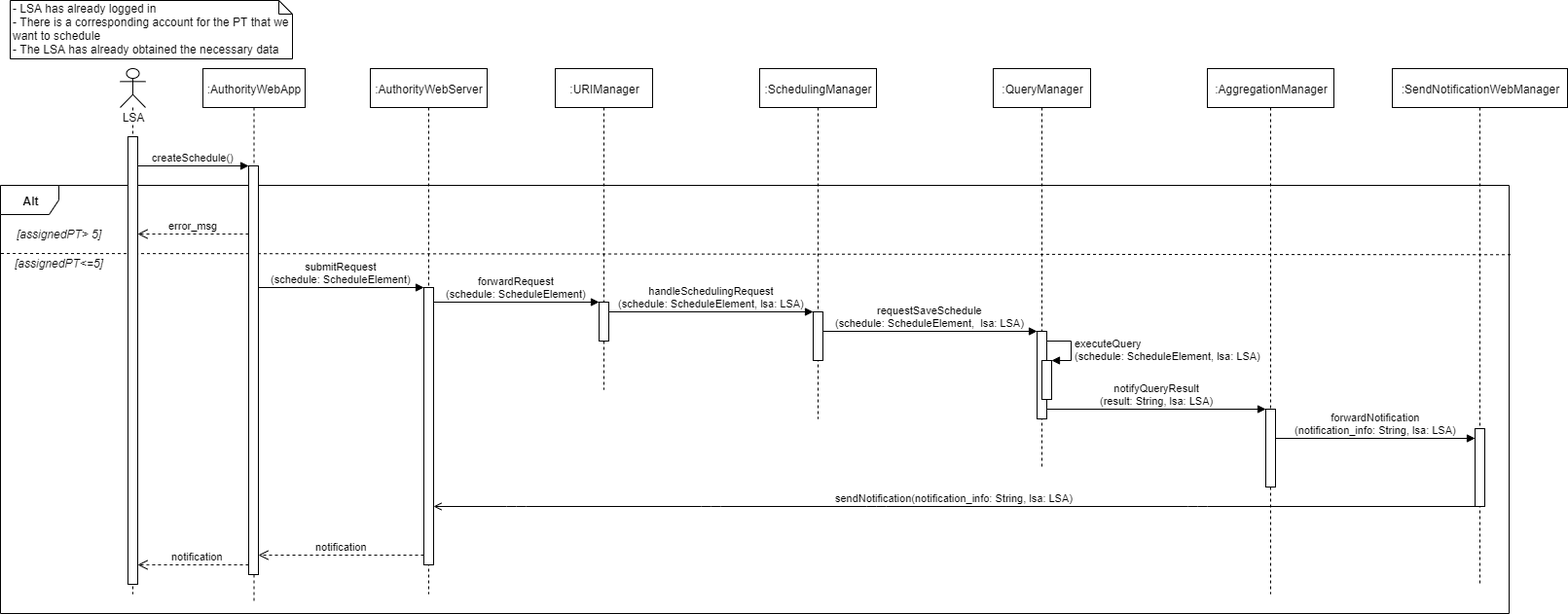
The draw.io diagram DD/Images/UML_diagrams/Sequence_Diagrams/Schedule_PT_sd.png in LukeKan/SW2_Project, before a commit. Source tidied: cells renumbered, new cells last; positions are measured from the earlier drawing's top-left corner, leaving out a move shared by most shapes.
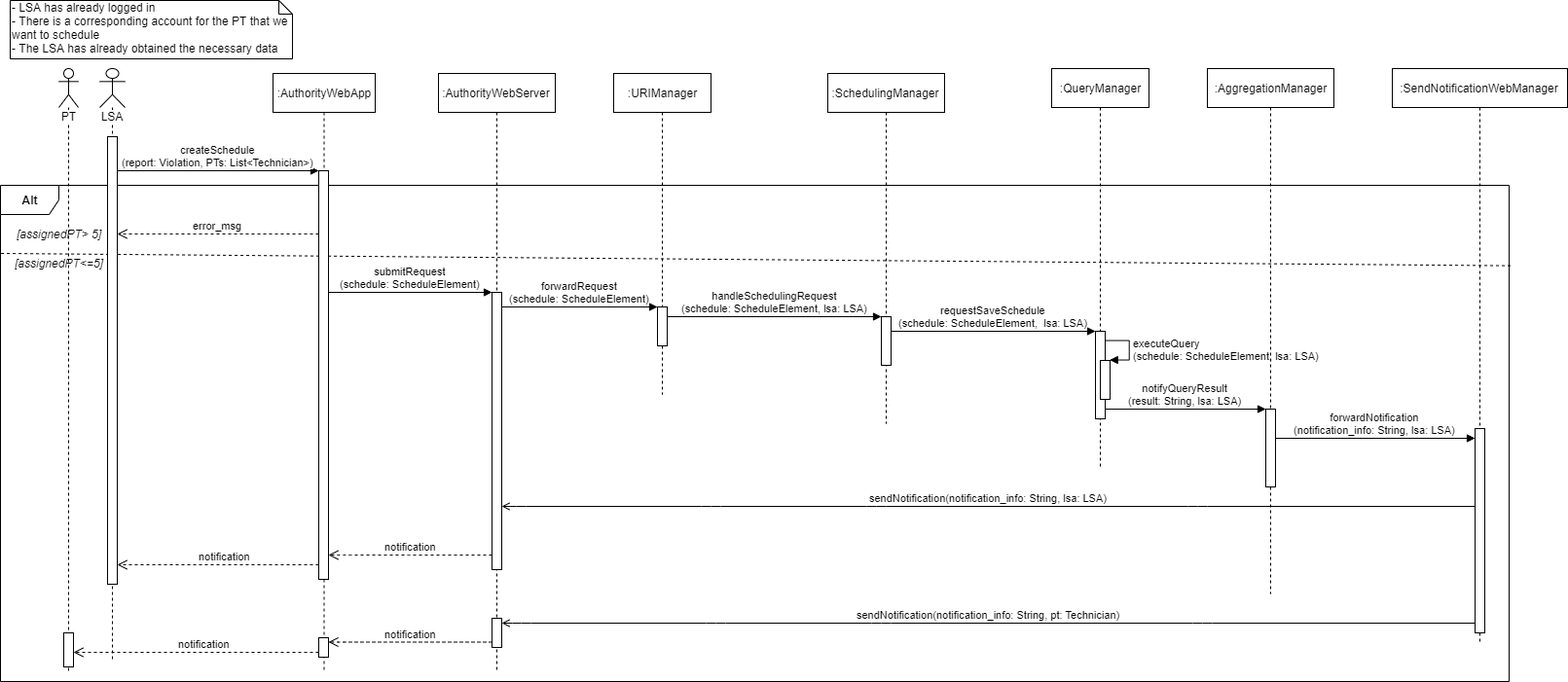
The same diagram one commit later.

Change to the diagram source:
```diff
@@ -3,7 +3,7 @@
     <mxCell id="0" />
     <mxCell id="1" parent="0" />
     <mxCell id="2" value="&lt;b&gt;Alt&lt;/b&gt;" style="shape=umlFrame;whiteSpace=wrap;html=1;" parent="1" vertex="1">
-      <mxGeometry y="190" width="1550" height="440" as="geometry" />
+      <mxGeometry y="190" width="1550" height="510" as="geometry" />
     </mxCell>
     <mxCell id="3" style="html=1;verticalAlign=bottom;endArrow=none;dashed=1;endSize=8;endFill=0;exitX=1.001;exitY=0.162;exitDx=0;exitDy=0;exitPerimeter=0;" parent="1" edge="1" source="2">
       <mxGeometry relative="1" as="geometry">
@@ -14,31 +14,37 @@
       <mxGeometry x="10" width="290" height="60" as="geometry" />
     </mxCell>
     <mxCell id="5" value="LSA" style="shape=umlLifeline;participant=umlActor;perimeter=lifelinePerimeter;whiteSpace=wrap;html=1;verticalAlign=top;spacingTop=36;labelBackgroundColor=#ffffff;" parent="1" vertex="1">
-      <mxGeometry x="123" y="70" width="26" height="540" as="geometry" />
+      <mxGeometry x="102" y="70" width="26" height="610" as="geometry" />
     </mxCell>
     <mxCell id="6" style="html=1;points=[];perimeter=orthogonalPerimeter;" parent="5" vertex="1">
       <mxGeometry x="8" y="70" width="10" height="460" as="geometry" />
     </mxCell>
     <mxCell id="7" value=":AuthorityWebApp" style="shape=umlLifeline;perimeter=lifelinePerimeter;whiteSpace=wrap;html=1;" parent="1" vertex="1">
-      <mxGeometry x="208" y="70" width="105" height="550" as="geometry" />
+      <mxGeometry x="280" y="75" width="105" height="615" as="geometry" />
     </mxCell>
     <mxCell id="8" style="html=1;points=[];perimeter=orthogonalPerimeter;" parent="7" vertex="1">
       <mxGeometry x="47" y="100" width="10" height="420" as="geometry" />
     </mxCell>
+    <mxCell id="36" style="html=1;points=[];perimeter=orthogonalPerimeter;" parent="7" vertex="1">
+      <mxGeometry x="47" y="580" width="10" height="20" as="geometry" />
+    </mxCell>
     <mxCell id="9" value=":AuthorityWebServer" style="shape=umlLifeline;perimeter=lifelinePerimeter;whiteSpace=wrap;html=1;" parent="1" vertex="1">
-      <mxGeometry x="380" y="70" width="120" height="540" as="geometry" />
+      <mxGeometry x="450" y="75" width="120" height="615" as="geometry" />
     </mxCell>
     <mxCell id="10" style="html=1;points=[];perimeter=orthogonalPerimeter;" parent="9" vertex="1">
       <mxGeometry x="55" y="225" width="10" height="285" as="geometry" />
     </mxCell>
+    <mxCell id="37" style="html=1;points=[];perimeter=orthogonalPerimeter;" parent="9" vertex="1">
+      <mxGeometry x="55" y="560" width="10" height="30" as="geometry" />
+    </mxCell>
     <mxCell id="11" value=":URIManager" style="shape=umlLifeline;perimeter=lifelinePerimeter;whiteSpace=wrap;html=1;" parent="1" vertex="1">
-      <mxGeometry x="570" y="70" width="100" height="330" as="geometry" />
+      <mxGeometry x="630" y="75" width="100" height="330" as="geometry" />
     </mxCell>
     <mxCell id="12" style="html=1;points=[];perimeter=orthogonalPerimeter;" parent="11" vertex="1">
       <mxGeometry x="45" y="240" width="10" height="40" as="geometry" />
     </mxCell>
     <mxCell id="13" value=":SchedulingManager" style="shape=umlLifeline;perimeter=lifelinePerimeter;whiteSpace=wrap;html=1;" parent="1" vertex="1">
-      <mxGeometry x="780" y="70" width="120" height="360" as="geometry" />
+      <mxGeometry x="850" y="75" width="120" height="360" as="geometry" />
     </mxCell>
     <mxCell id="14" style="html=1;points=[];perimeter=orthogonalPerimeter;" parent="13" vertex="1">
       <mxGeometry x="55" y="250" width="10" height="50" as="geometry" />
@@ -46,7 +52,7 @@
     <mxCell id="15" value="&lt;i&gt;[assignedPT&amp;gt; 5]&lt;/i&gt;" style="text;html=1;align=center;verticalAlign=middle;" parent="1" vertex="1">
       <mxGeometry x="10" y="230" width="100" height="20" as="geometry" />
     </mxCell>
-    <mxCell id="16" value="createSchedule()" style="html=1;verticalAlign=bottom;endArrow=block;entryX=0;entryY=0;" parent="1" edge="1" source="6" target="8">
+    <mxCell id="16" value="createSchedule&lt;br&gt;(report: Violation, PTs: List&amp;lt;Technician&amp;gt;)" style="html=1;verticalAlign=bottom;endArrow=block;entryX=0;entryY=0;" parent="1" edge="1" source="6" target="8">
       <mxGeometry relative="1" as="geometry" />
     </mxCell>
     <mxCell id="17" value="error_msg" style="html=1;verticalAlign=bottom;endArrow=open;dashed=1;endSize=8;" parent="1" edge="1" source="8" target="6">
@@ -69,7 +75,7 @@
       <mxGeometry relative="1" as="geometry" />
     </mxCell>
     <mxCell id="22" value=":QueryManager" style="shape=umlLifeline;perimeter=lifelinePerimeter;whiteSpace=wrap;html=1;" parent="1" vertex="1">
-      <mxGeometry x="1020" y="70" width="100" height="410" as="geometry" />
+      <mxGeometry x="1080" y="70" width="100" height="410" as="geometry" />
     </mxCell>
     <mxCell id="23" style="html=1;points=[];perimeter=orthogonalPerimeter;" parent="22" vertex="1">
       <mxGeometry x="45" y="270" width="10" height="90" as="geometry" />
@@ -98,10 +104,10 @@
       <mxGeometry relative="1" as="geometry" />
     </mxCell>
     <mxCell id="30" value=":SendNotificationWebManager" style="shape=umlLifeline;perimeter=lifelinePerimeter;whiteSpace=wrap;html=1;" parent="1" vertex="1">
-      <mxGeometry x="1430" y="70" width="180" height="530" as="geometry" />
+      <mxGeometry x="1430" y="70" width="180" height="590" as="geometry" />
     </mxCell>
     <mxCell id="31" style="html=1;points=[];perimeter=orthogonalPerimeter;" parent="30" vertex="1">
-      <mxGeometry x="85" y="370" width="10" height="80" as="geometry" />
+      <mxGeometry x="85" y="370" width="10" height="210" as="geometry" />
     </mxCell>
     <mxCell id="32" value="forwardNotification&lt;br&gt;(notification_info: String, lsa: LSA)" style="html=1;verticalAlign=bottom;endArrow=block;" parent="1" edge="1" source="28" target="31">
       <mxGeometry relative="1" as="geometry">
@@ -136,5 +142,37 @@
         </Array>
       </mxGeometry>
     </mxCell>
+    <mxCell id="38" value="PT" style="shape=umlLifeline;participant=umlActor;perimeter=lifelinePerimeter;whiteSpace=wrap;html=1;verticalAlign=top;spacingTop=36;labelBackgroundColor=#ffffff;" parent="1" vertex="1">
+      <mxGeometry x="60" y="70" width="20" height="620" as="geometry" />
+    </mxCell>
+    <mxCell id="39" style="html=1;points=[];perimeter=orthogonalPerimeter;" parent="38" vertex="1">
+      <mxGeometry x="5" y="580" width="10" height="35" as="geometry" />
+    </mxCell>
+    <mxCell id="40" value="sendNotification(notification_info: String, pt: Technician)" style="html=1;verticalAlign=bottom;endArrow=open;endFill=0;" parent="1" edge="1" source="31" target="37">
+      <mxGeometry relative="1" as="geometry">
+        <Array as="points">
+          <mxPoint x="1235" y="640" />
+          <mxPoint x="905" y="640" />
+          <mxPoint x="735" y="640" />
+          <mxPoint x="535" y="640" />
+        </Array>
+      </mxGeometry>
+    </mxCell>
+    <mxCell id="41" value="notification" style="html=1;verticalAlign=bottom;endArrow=open;dashed=1;endSize=8;" parent="1" edge="1" source="37" target="36">
+      <mxGeometry relative="1" as="geometry">
+        <Array as="points">
+          <mxPoint x="405.5" y="659.5" />
+          <mxPoint x="345.5" y="659.5" />
+        </Array>
+      </mxGeometry>
+    </mxCell>
+    <mxCell id="42" value="notification" style="html=1;verticalAlign=bottom;endArrow=open;dashed=1;endSize=8;" parent="1" edge="1" source="36" target="39">
+      <mxGeometry x="-0.07" relative="1" as="geometry">
+        <Array as="points">
+          <mxPoint x="218" y="670" />
+          <mxPoint x="158" y="670" />
+        </Array>
+      </mxGeometry>
+    </mxCell>
   </root>
 </mxGraphModel>
```
